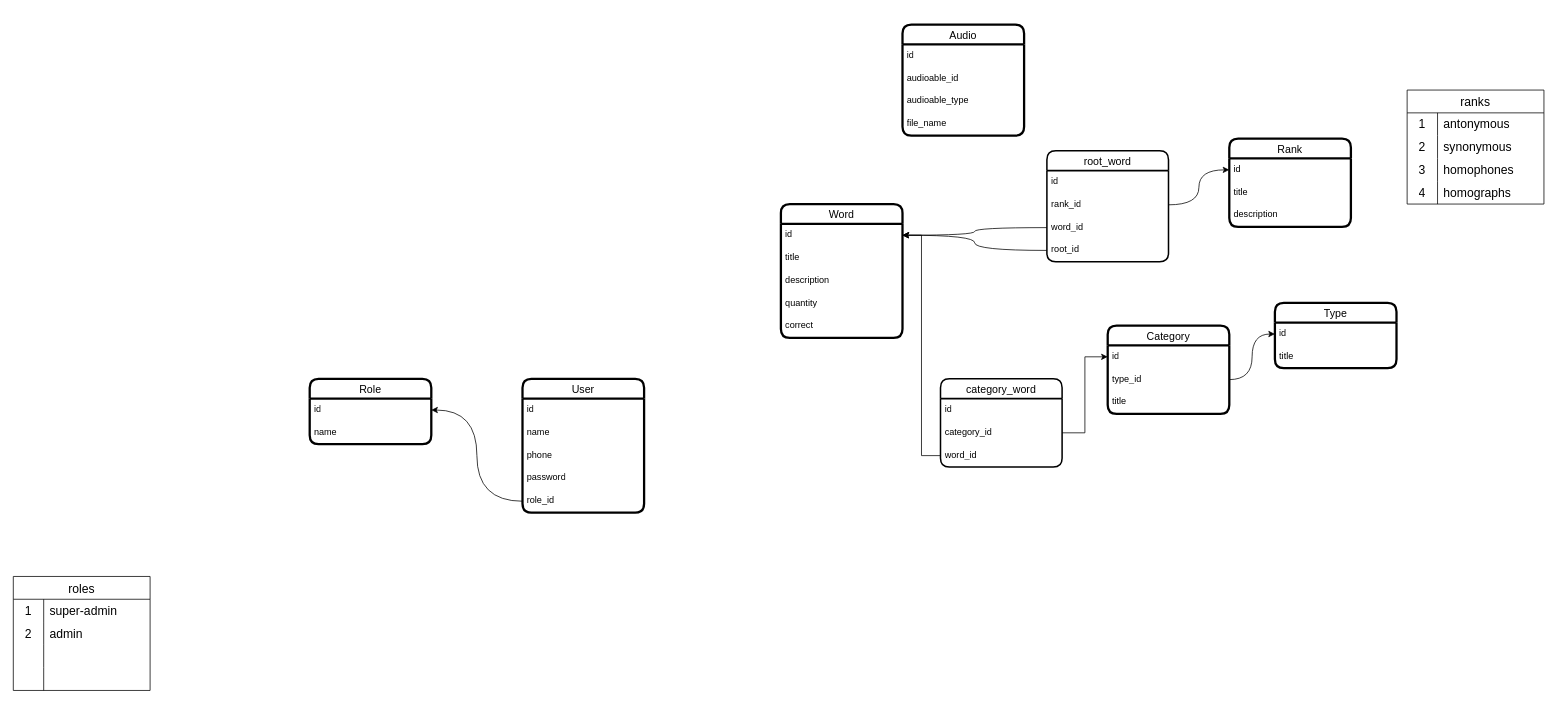
Earlier version of the draw.io diagram ts-backend.drawio (iztileuoff/databases). Source tidied: cells renumbered, new cells numbered last; positions are measured from the earlier drawing's top-left corner, leaving out a move shared by most shapes. Both pictures are drawn from the tidied source at 76%, with x=0, y=0 at pixel (13, 24).
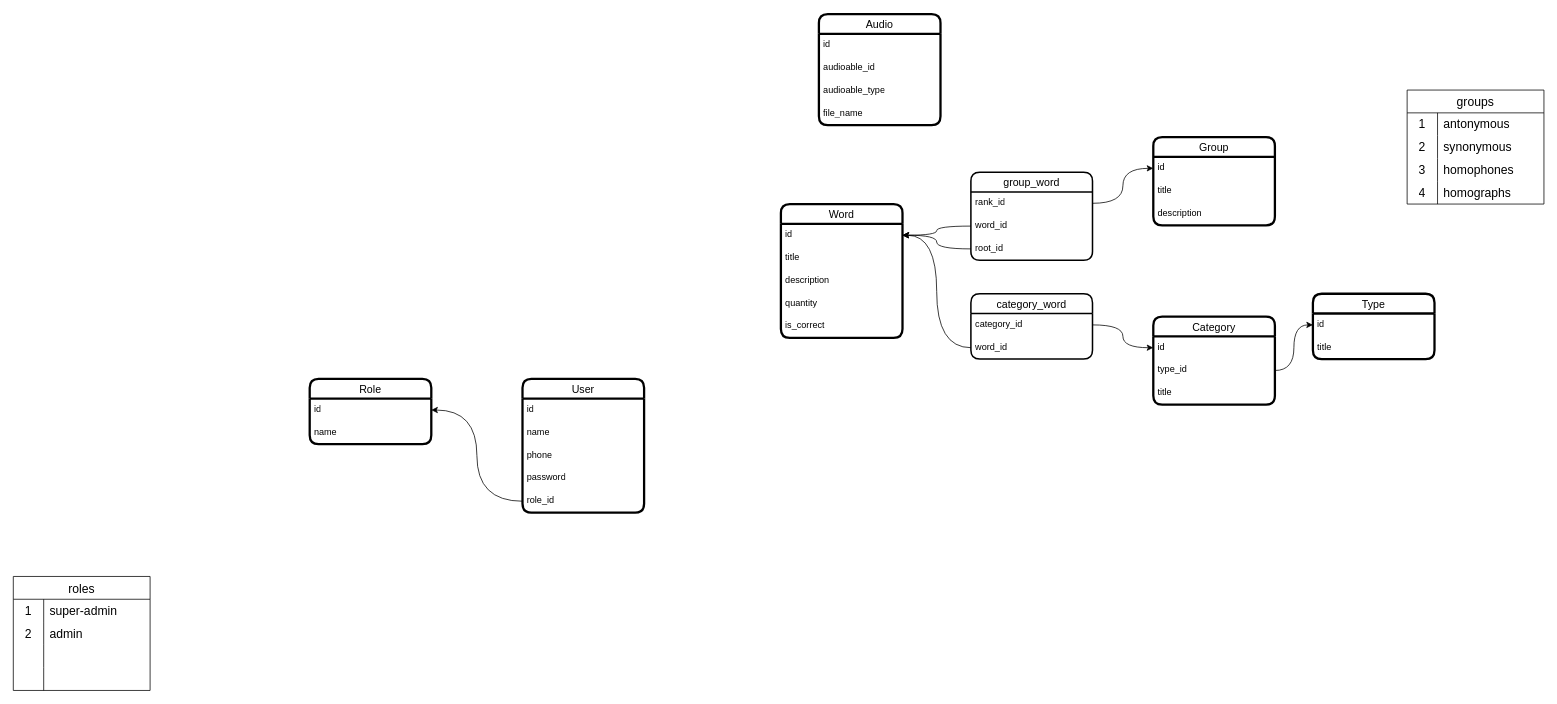
The same page after the edit.

Unchanged cells that the change refers to:
```xml
<mxCell id="11" value="Word" style="swimlane;fontStyle=0;horizontal=1;startSize=26;align=center;fontSize=14;rounded=1;strokeWidth=3;" parent="1" vertex="1">
  <mxGeometry x="1010" y="236" width="160" height="176" as="geometry" />
</mxCell>
<mxCell id="12" value="id" style="text;strokeColor=none;fillColor=none;spacingLeft=4;spacingRight=4;overflow=hidden;points=[[0,0.5],[1,0.5]];portConstraint=eastwest;fontSize=12;whiteSpace=wrap;html=1;" parent="11" vertex="1">
  <mxGeometry y="26" width="160" height="30" as="geometry" />
</mxCell>
<mxCell id="21" value="id" style="text;strokeColor=none;fillColor=none;spacingLeft=4;spacingRight=4;overflow=hidden;points=[[0,0.5],[1,0.5]];portConstraint=eastwest;fontSize=12;whiteSpace=wrap;html=1;" parent="20" vertex="1">
  <mxGeometry y="26" width="160" height="30" as="geometry" />
</mxCell>
```

The edit, as a diff of the source:
```diff
@@
-    <mxCell id="16" value="correct" style="text;strokeColor=none;fillColor=none;spacingLeft=4;spacingRight=4;overflow=hidden;fontSize=12;whiteSpace=wrap;html=1;" parent="11" vertex="1">
+    <mxCell id="16" value="is_correct" style="text;strokeColor=none;fillColor=none;spacingLeft=4;spacingRight=4;overflow=hidden;fontSize=12;whiteSpace=wrap;html=1;" parent="11" vertex="1">
       <mxGeometry y="146" width="160" height="30" as="geometry" />
     </mxCell>
     <mxCell id="17" value="Type" style="swimlane;fontStyle=0;horizontal=1;startSize=26;align=center;fontSize=14;rounded=1;strokeWidth=3;" parent="1" vertex="1">
-      <mxGeometry x="1660" y="366" width="160" height="86" as="geometry" />
+      <mxGeometry x="1710" y="354" width="160" height="86" as="geometry" />
     </mxCell>
@@
     <mxCell id="20" value="Category" style="swimlane;fontStyle=0;horizontal=1;startSize=26;align=center;fontSize=14;rounded=1;strokeWidth=3;" parent="1" vertex="1">
-      <mxGeometry x="1440" y="396" width="160" height="116" as="geometry" />
+      <mxGeometry x="1500" y="384" width="160" height="116" as="geometry" />
     </mxCell>
@@
     <mxCell id="25" value="category_word" style="swimlane;fontStyle=0;horizontal=1;startSize=26;align=center;fontSize=14;rounded=1;strokeWidth=2;" parent="1" vertex="1">
-      <mxGeometry x="1220" y="466" width="160" height="116" as="geometry" />
+      <mxGeometry x="1260" y="354" width="160" height="86" as="geometry" />
     </mxCell>
-    <mxCell id="26" value="id" style="text;strokeColor=none;fillColor=none;spacingLeft=4;spacingRight=4;overflow=hidden;fontSize=12;whiteSpace=wrap;html=1;" parent="25" vertex="1">
-      <mxGeometry y="26" width="160" height="30" as="geometry" />
-    </mxCell>
     <mxCell id="27" value="category_id" style="text;strokeColor=none;fillColor=none;spacingLeft=4;spacingRight=4;overflow=hidden;points=[[0,0.5],[1,0.5]];portConstraint=eastwest;fontSize=12;whiteSpace=wrap;html=1;" parent="25" vertex="1">
-      <mxGeometry y="56" width="160" height="30" as="geometry" />
+      <mxGeometry y="26" width="160" height="30" as="geometry" />
     </mxCell>
     <mxCell id="28" value="word_id" style="text;strokeColor=none;fillColor=none;spacingLeft=4;spacingRight=4;overflow=hidden;points=[[0,0.5],[1,0.5]];portConstraint=eastwest;fontSize=12;whiteSpace=wrap;html=1;" parent="25" vertex="1">
-      <mxGeometry y="86" width="160" height="30" as="geometry" />
+      <mxGeometry y="56" width="160" height="30" as="geometry" />
     </mxCell>
-    <mxCell id="29" style="edgeStyle=orthogonalEdgeStyle;rounded=0;jettySize=auto;html=1;" parent="1" edge="1" source="28" target="12">
+    <mxCell id="29" style="edgeStyle=orthogonalEdgeStyle;rounded=0;jettySize=auto;html=1;curved=1;" parent="1" edge="1" source="28" target="12">
       <mxGeometry relative="1" as="geometry" />
     </mxCell>
-    <mxCell id="30" style="edgeStyle=orthogonalEdgeStyle;rounded=0;jettySize=auto;html=1;entryX=0;entryY=0.5;entryDx=0;entryDy=0;" parent="1" edge="1" source="27" target="21">
+    <mxCell id="30" style="edgeStyle=orthogonalEdgeStyle;rounded=0;jettySize=auto;html=1;entryX=0;entryY=0.5;entryDx=0;entryDy=0;curved=1;" parent="1" edge="1" source="27" target="21">
       <mxGeometry relative="1" as="geometry" />
     </mxCell>
     <mxCell id="31" value="Audio" style="swimlane;fontStyle=0;horizontal=1;startSize=26;align=center;fontSize=14;rounded=1;strokeWidth=3;" parent="1" vertex="1">
-      <mxGeometry x="1170" width="160" height="146" as="geometry" />
+      <mxGeometry x="1060" y="-14" width="160" height="146" as="geometry" />
     </mxCell>
@@
-    <mxCell id="49" value="Rank" style="swimlane;fontStyle=0;horizontal=1;startSize=26;align=center;fontSize=14;rounded=1;strokeWidth=3;" parent="1" vertex="1">
-      <mxGeometry x="1600" y="150" width="160" height="116" as="geometry" />
+    <mxCell id="49" value="Group" style="swimlane;fontStyle=0;horizontal=1;startSize=26;align=center;fontSize=14;rounded=1;strokeWidth=3;" parent="1" vertex="1">
+      <mxGeometry x="1500" y="148" width="160" height="116" as="geometry" />
     </mxCell>
@@
-    <mxCell id="53" value="root_word" style="swimlane;fontStyle=0;horizontal=1;startSize=26;align=center;fontSize=14;rounded=1;strokeWidth=2;" parent="1" vertex="1">
-      <mxGeometry x="1360" y="166" width="160" height="146" as="geometry" />
+    <mxCell id="53" value="group_word" style="swimlane;fontStyle=0;horizontal=1;startSize=26;align=center;fontSize=14;rounded=1;strokeWidth=2;" parent="1" vertex="1">
+      <mxGeometry x="1260" y="194" width="160" height="116" as="geometry" />
     </mxCell>
-    <mxCell id="54" value="id" style="text;strokeColor=none;fillColor=none;spacingLeft=4;spacingRight=4;overflow=hidden;fontSize=12;whiteSpace=wrap;html=1;" parent="53" vertex="1">
-      <mxGeometry y="26" width="160" height="30" as="geometry" />
-    </mxCell>
     <mxCell id="55" value="rank_id" style="text;strokeColor=none;fillColor=none;spacingLeft=4;spacingRight=4;overflow=hidden;points=[[0,0.5],[1,0.5]];portConstraint=eastwest;fontSize=12;whiteSpace=wrap;html=1;" parent="53" vertex="1">
-      <mxGeometry y="56" width="160" height="30" as="geometry" />
+      <mxGeometry y="26" width="160" height="30" as="geometry" />
     </mxCell>
     <mxCell id="56" value="word_id" style="text;strokeColor=none;fillColor=none;spacingLeft=4;spacingRight=4;overflow=hidden;points=[[0,0.5],[1,0.5]];portConstraint=eastwest;fontSize=12;whiteSpace=wrap;html=1;" parent="53" vertex="1">
-      <mxGeometry y="86" width="160" height="30" as="geometry" />
+      <mxGeometry y="56" width="160" height="30" as="geometry" />
     </mxCell>
     <mxCell id="57" value="root_id" style="text;strokeColor=none;fillColor=none;spacingLeft=4;spacingRight=4;overflow=hidden;points=[[0,0.5],[1,0.5]];portConstraint=eastwest;fontSize=12;whiteSpace=wrap;html=1;" parent="53" vertex="1">
-      <mxGeometry y="116" width="160" height="30" as="geometry" />
+      <mxGeometry y="86" width="160" height="30" as="geometry" />
     </mxCell>
@@
-    <mxCell id="61" value="ranks" style="shape=table;startSize=30;childLayout=tableLayout;rowLines=0;fontStyle=0;strokeColor=default;fontSize=16;" parent="1" vertex="1">
+    <mxCell id="61" value="groups" style="shape=table;startSize=30;childLayout=tableLayout;rowLines=0;fontStyle=0;strokeColor=default;fontSize=16;" parent="1" vertex="1">
       <mxGeometry x="1834" y="86" width="180" height="150" as="geometry" />
     </mxCell>
```
